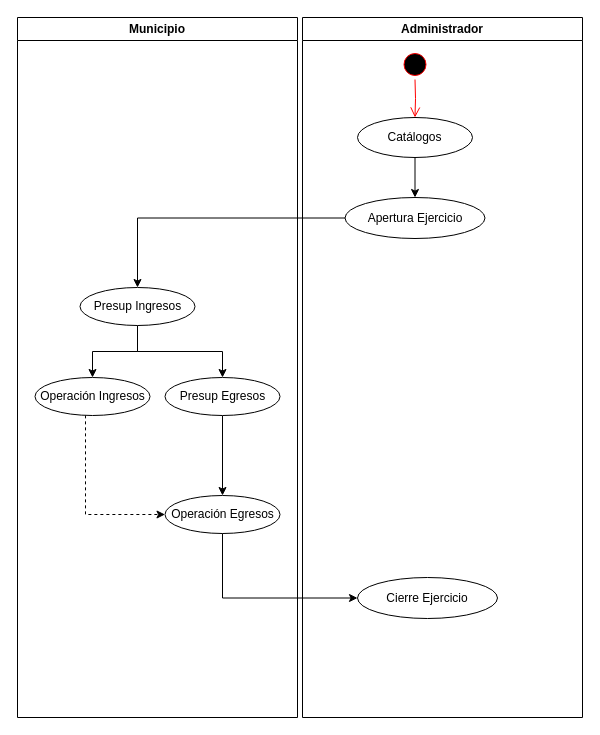
Before: docum/Untitled Diagram.drawio in asvsoftUAGro/mposGRO, a draw.io diagram. Source tidied: cells renumbered, new cells numbered last; positions are measured from the earlier drawing's top-left corner, leaving out a move shared by most shapes. Both pictures are drawn from the tidied source at 100%, with x=0, y=0 at pixel (17, 17).
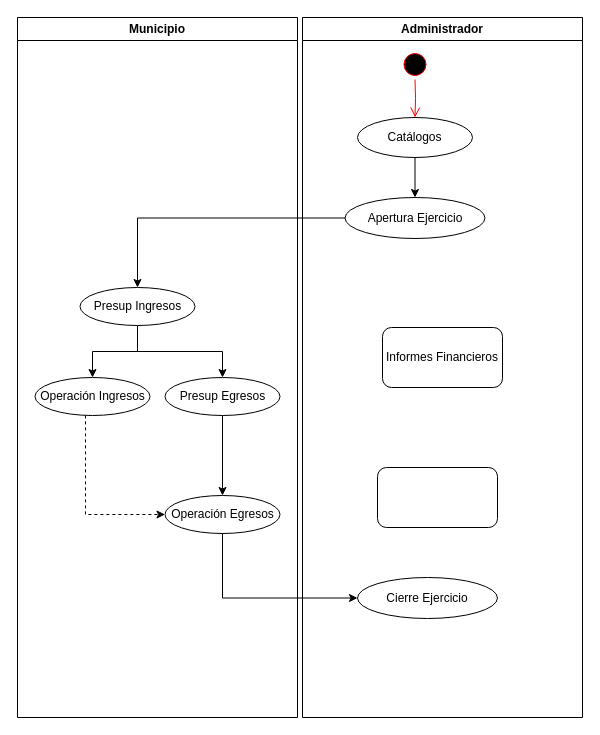
The same page after the edit.

The change refers to these unchanged cells:
```xml
<mxCell id="11" value="Administrador" style="swimlane;whiteSpace=wrap;" parent="1" vertex="1">
  <mxGeometry x="285" width="280" height="700" as="geometry" />
</mxCell>
```

What changed in the source:
```diff
@@
+    <mxCell id="20" value="Informes Financieros" style="rounded=1;whiteSpace=wrap;html=1;" parent="11" vertex="1">
+      <mxGeometry x="80" y="310" width="120" height="60" as="geometry" />
+    </mxCell>
+    <mxCell id="21" style="rounded=1;whiteSpace=wrap;html=1;" parent="11" vertex="1">
+      <mxGeometry x="75" y="450" width="120" height="60" as="geometry" />
+    </mxCell>
```
